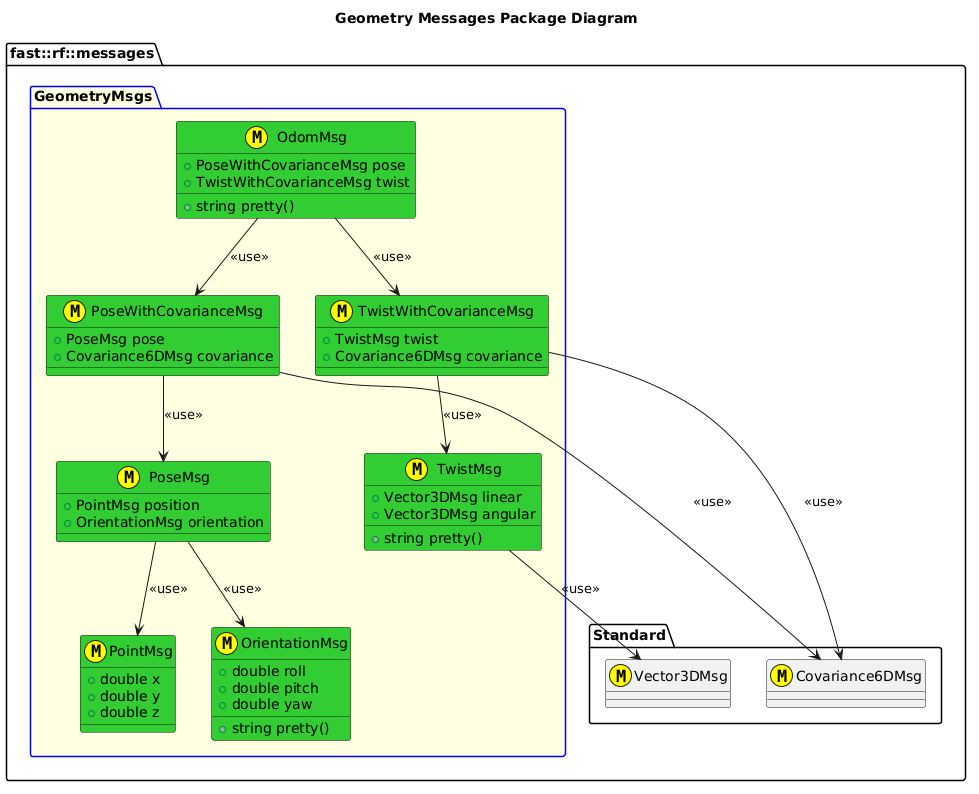
Above: msgs/GeometryMsgs/doc/puml/GeometryMessagesClassDiagram.png in fastrobotics/robot_framework (PlantUML), before the change.
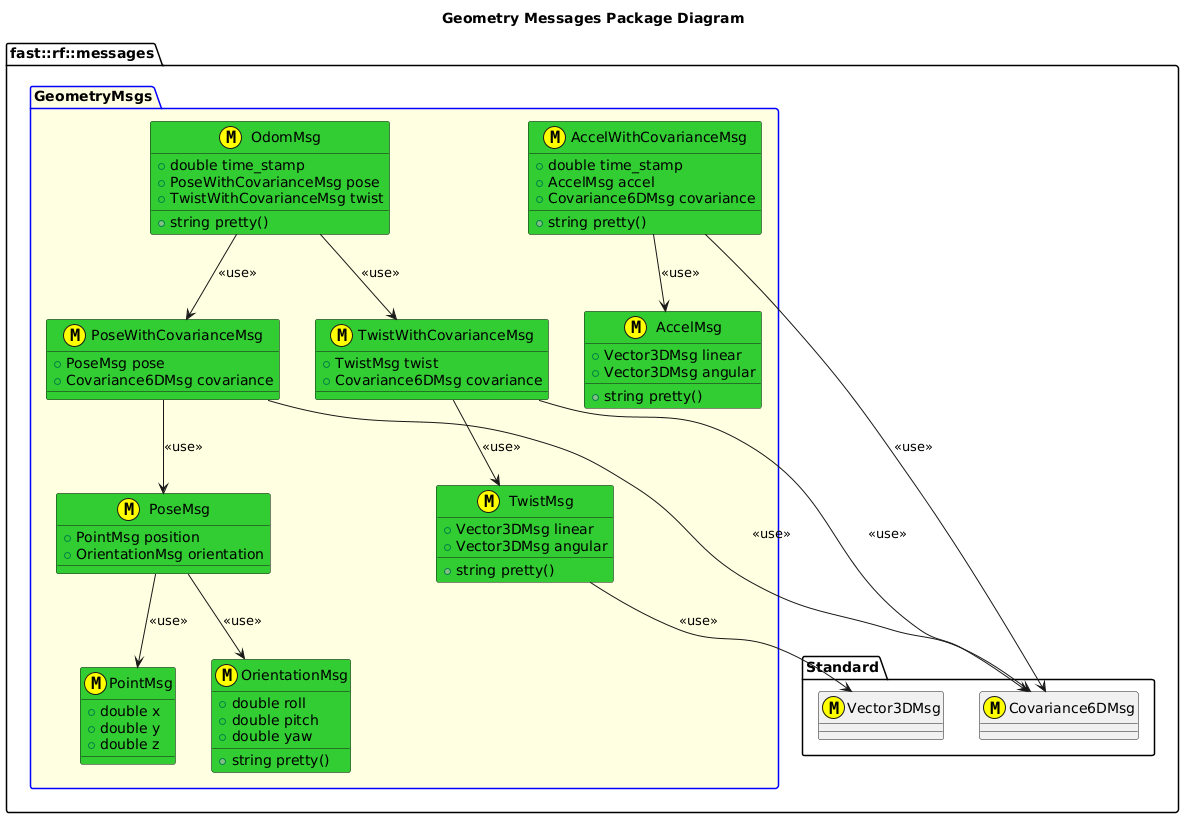
Later version of the same file.

What changed in the source:
```diff
@@ -8,6 +8,19 @@
   }
 
   package GeometryMsgs #LightYellow;line:blue {
+    struct AccelMsg <<(M,#FFFF00)>> #LimeGreen {
+      +string pretty()
+      +Vector3DMsg linear
+      +Vector3DMsg angular
+    }
+    struct AccelWithCovarianceMsg <<(M,#FFFF00)>> #LimeGreen {
+      +string pretty()
+      +double time_stamp
+      +AccelMsg accel
+      +Covariance6DMsg covariance
+    }
+    AccelWithCovarianceMsg --> AccelMsg: <<use>>
+    AccelWithCovarianceMsg --> Covariance6DMsg: <<use>>
     struct PointMsg <<(M,#FFFF00) >> #LimeGreen {
       +double x
       +double y
@@ -49,6 +62,7 @@
 
     struct OdomMsg <<(M,#FFFF00)>> #LimeGreen {
       +string pretty()
+      +double time_stamp
       +PoseWithCovarianceMsg pose
       +TwistWithCovarianceMsg twist
     }
```
